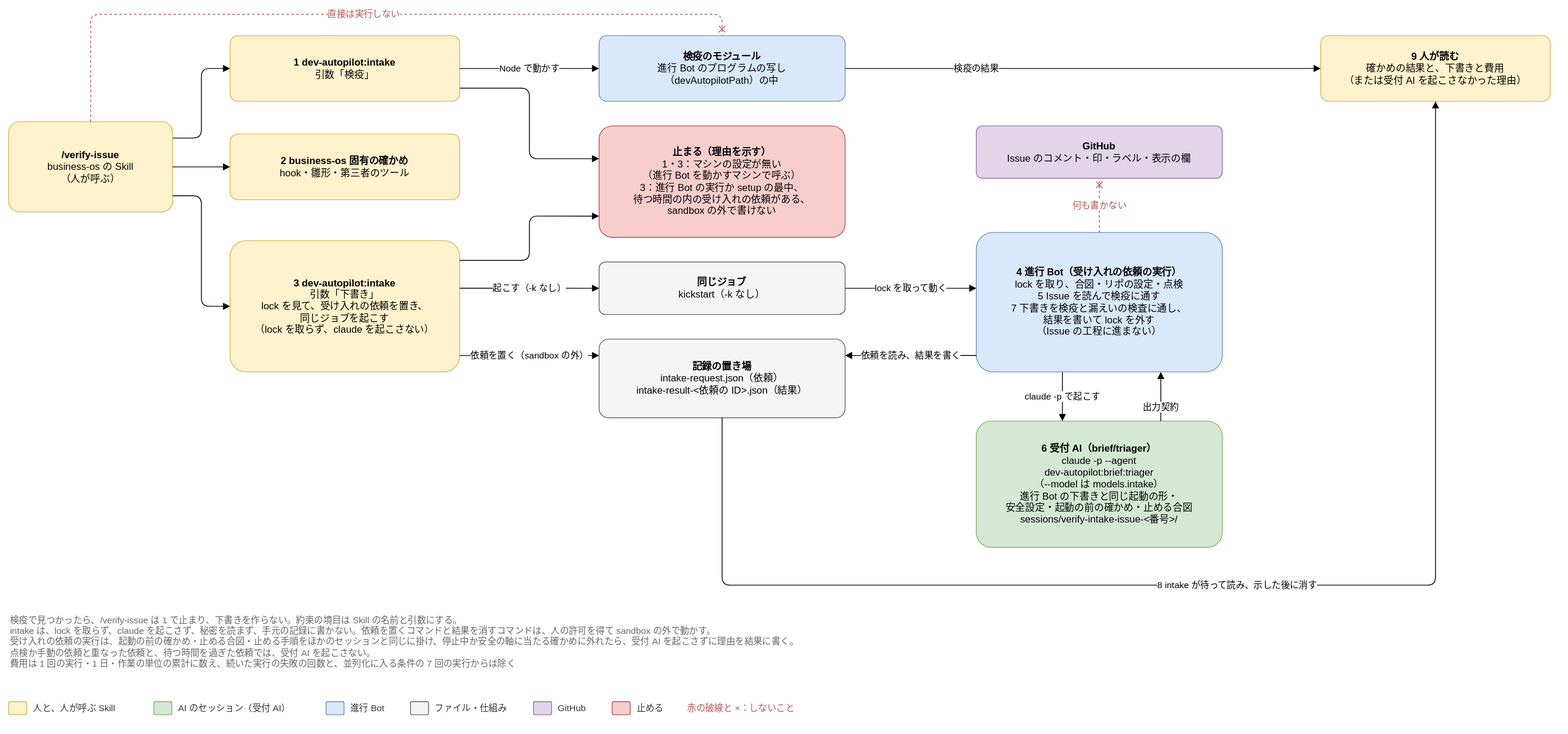
Joymerrevent/dev-autopilot keeps this draw.io diagram as docs/design/basic/diagrams/03-human-intake.drawio.svg. Above is the earlier version. Source tidied: cells renumbered, new cells last; positions are measured from the earlier drawing's top-left corner, leaving out a move shared by most shapes.
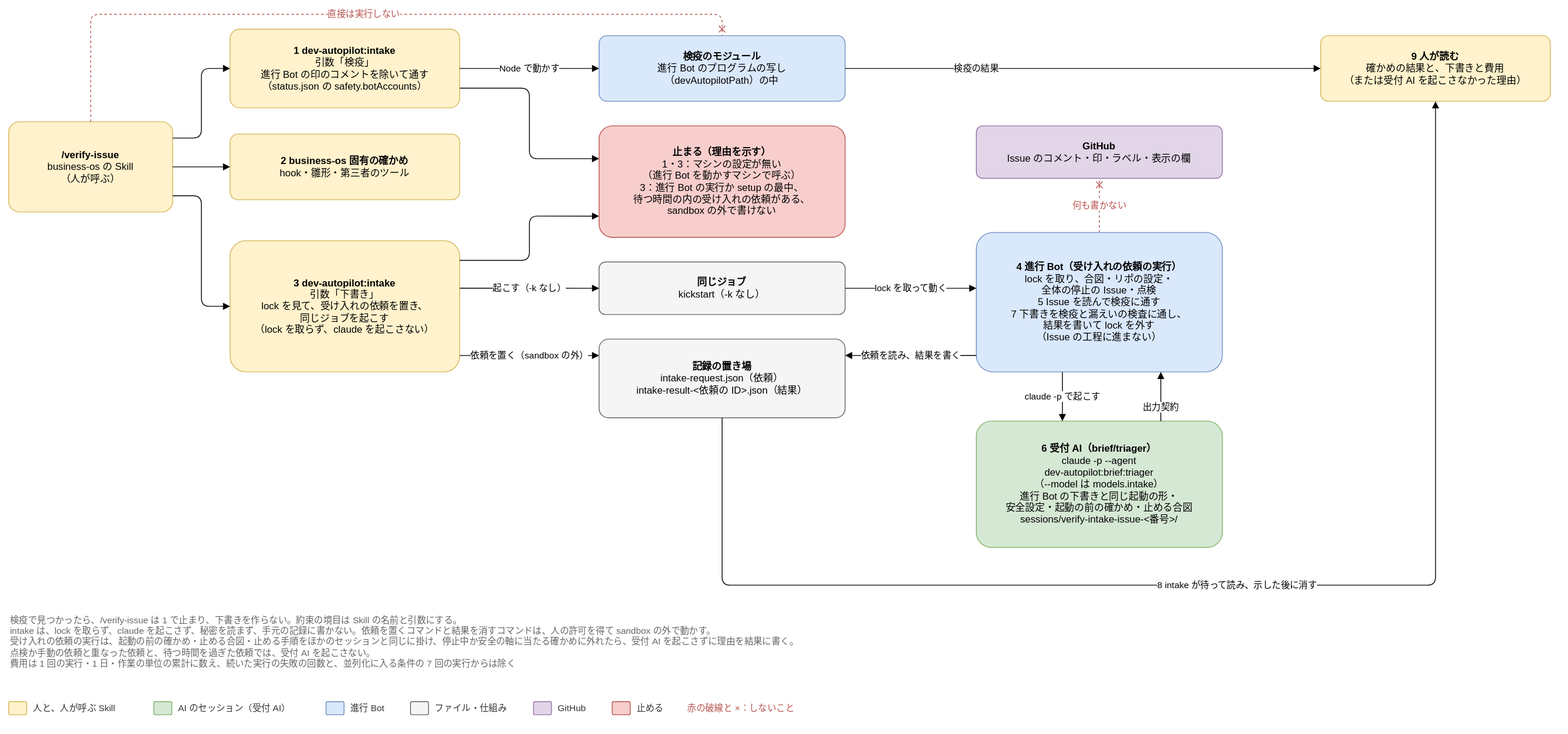
After the commit.

Change to the diagram source:
```diff
@@ -5,8 +5,8 @@
     <mxCell id="2" value="&lt;b&gt;/verify-issue&lt;/b&gt;&lt;br&gt;business-os の Skill&lt;br&gt;（人が呼ぶ）" style="rounded=1;whiteSpace=wrap;html=1;fontSize=12;arcSize=12;spacing=12;fillColor=#fff2cc;strokeColor=#d6b656;" parent="1" vertex="1">
       <mxGeometry y="131" width="200" height="110" as="geometry" />
     </mxCell>
-    <mxCell id="3" value="&lt;b&gt;1 dev-autopilot:intake&lt;/b&gt;&lt;br&gt;引数「検疫」" style="rounded=1;whiteSpace=wrap;html=1;fontSize=12;arcSize=12;spacing=12;fillColor=#fff2cc;strokeColor=#d6b656;" parent="1" vertex="1">
-      <mxGeometry x="270" y="26" width="280" height="80" as="geometry" />
+    <mxCell id="3" value="&lt;b&gt;1 dev-autopilot:intake&lt;/b&gt;&lt;br&gt;引数「検疫」&lt;br&gt;進行 Bot の印のコメントを除いて通す&lt;br&gt;（status.json の safety.botAccounts）" style="rounded=1;whiteSpace=wrap;html=1;fontSize=12;arcSize=12;spacing=12;fillColor=#fff2cc;strokeColor=#d6b656;" parent="1" vertex="1">
+      <mxGeometry x="270" y="18" width="280" height="96" as="geometry" />
     </mxCell>
     <mxCell id="4" value="&lt;b&gt;2 business-os 固有の確かめ&lt;/b&gt;&lt;br&gt;hook・雛形・第三者のツール" style="rounded=1;whiteSpace=wrap;html=1;fontSize=12;arcSize=12;spacing=12;fillColor=#fff2cc;strokeColor=#d6b656;" parent="1" vertex="1">
       <mxGeometry x="270" y="146" width="280" height="80" as="geometry" />
@@ -67,13 +67,13 @@
     <mxCell id="21" value="&lt;b&gt;止まる（理由を示す）&lt;/b&gt;&lt;br&gt;1・3：マシンの設定が無い&lt;br&gt;（進行 Bot を動かすマシンで呼ぶ）&lt;br&gt;3：進行 Bot の実行か setup の最中、&lt;br&gt;待つ時間の内の受け入れの依頼がある、&lt;br&gt;sandbox の外で書けない" style="rounded=1;whiteSpace=wrap;html=1;fontSize=12;arcSize=12;spacing=12;fillColor=#f8cecc;strokeColor=#b85450;" parent="1" vertex="1">
       <mxGeometry x="720" y="136" width="300" height="136" as="geometry" />
     </mxCell>
-    <mxCell id="22" value="&lt;b&gt;4 進行 Bot（受け入れの依頼の実行）&lt;/b&gt;&lt;br&gt;lock を取り、合図・リポの設定・点検&lt;br&gt;5 Issue を読んで検疫に通す&lt;br&gt;7 下書きを検疫と漏えいの検査に通し、&lt;br&gt;結果を書いて lock を外す&lt;br&gt;（Issue の工程に進まない）" style="rounded=1;whiteSpace=wrap;html=1;fontSize=12;arcSize=12;spacing=12;fillColor=#dae8fc;strokeColor=#6c8ebf;" parent="1" vertex="1">
+    <mxCell id="22" value="&lt;b&gt;4 進行 Bot（受け入れの依頼の実行）&lt;/b&gt;&lt;br&gt;lock を取り、合図・リポの設定・&lt;br&gt;全体の停止の Issue・点検&lt;br&gt;5 Issue を読んで検疫に通す&lt;br&gt;7 下書きを検疫と漏えいの検査に通し、&lt;br&gt;結果を書いて lock を外す&lt;br&gt;（Issue の工程に進まない）" style="rounded=1;whiteSpace=wrap;html=1;fontSize=12;arcSize=12;spacing=12;fillColor=#dae8fc;strokeColor=#6c8ebf;" parent="1" vertex="1">
       <mxGeometry x="1180" y="266" width="300" height="170" as="geometry" />
     </mxCell>
     <mxCell id="23" value="lock を取って動く" style="edgeStyle=orthogonalEdgeStyle;rounded=1;html=1;endArrow=block;endFill=1;fontSize=11;labelBackgroundColor=#ffffff;exitX=1;exitY=0.5;exitDx=0;exitDy=0;entryX=0;entryY=0.4;entryDx=0;entryDy=0;" parent="1" edge="1" source="26" target="22">
       <mxGeometry relative="1" as="geometry" />
     </mxCell>
-    <mxCell id="24" style="edgeStyle=orthogonalEdgeStyle;rounded=1;html=1;endArrow=block;endFill=1;fontSize=11;labelBackgroundColor=#ffffff;exitX=1;exitY=0.8;exitDx=0;exitDy=0;entryX=0;entryY=0.294;entryDx=0;entryDy=0;" parent="1" edge="1" source="3" target="21">
+    <mxCell id="24" style="edgeStyle=orthogonalEdgeStyle;rounded=1;html=1;endArrow=block;endFill=1;fontSize=11;labelBackgroundColor=#ffffff;exitX=1;exitY=0.75;exitDx=0;exitDy=0;entryX=0;entryY=0.294;entryDx=0;entryDy=0;" parent="1" edge="1" source="3" target="21">
       <mxGeometry relative="1" as="geometry">
         <Array as="points">
           <mxPoint x="635" y="90" />
```
